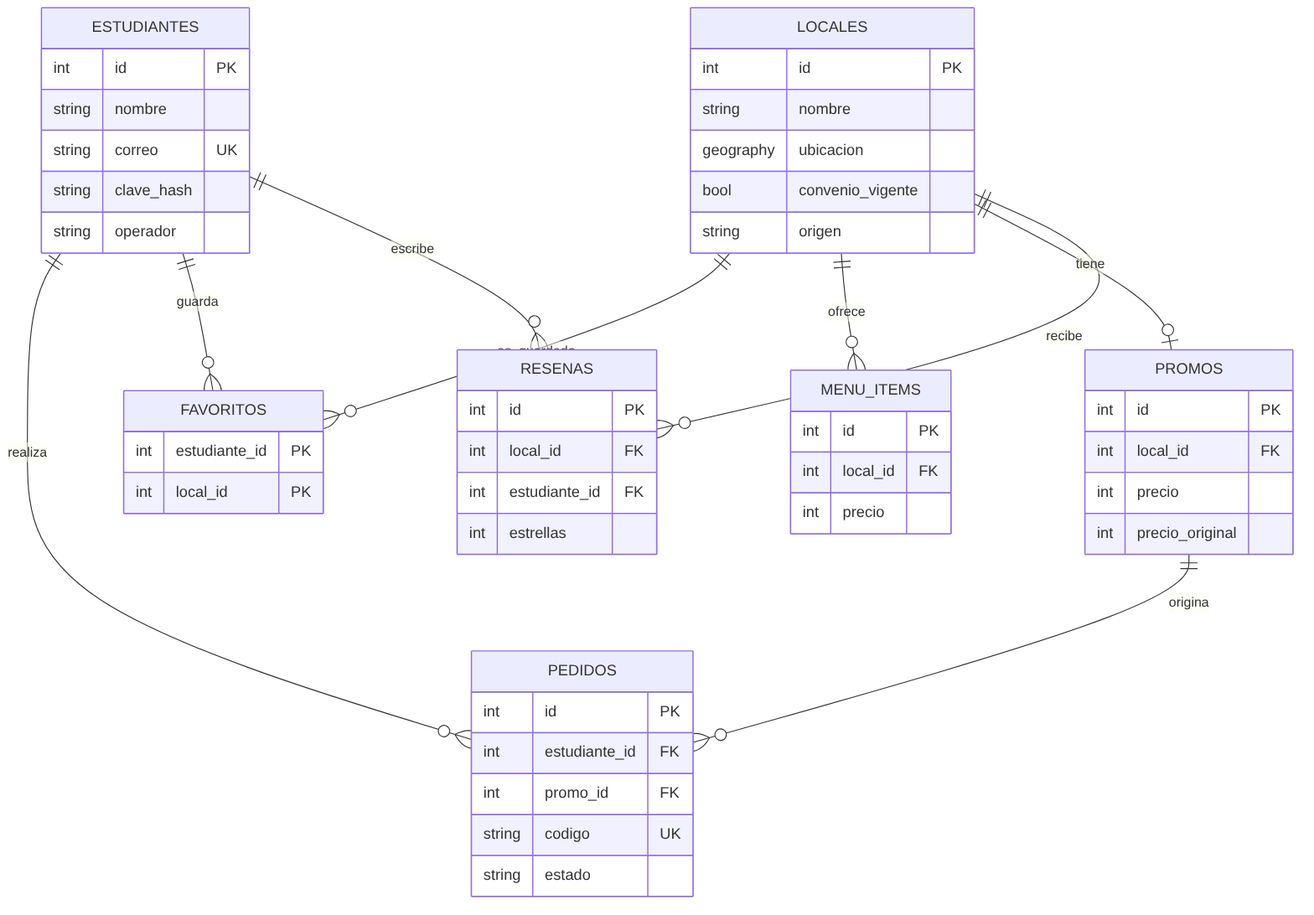
The Mermaid diagram docs/img/er.png in cristoballara2404/JunaMap, before a commit. Its source is kept beside it as docs/er.mmd. The source it was exported from:
```mermaid
erDiagram
  ESTUDIANTES ||--o{ PEDIDOS : realiza
  ESTUDIANTES ||--o{ FAVORITOS : guarda
  ESTUDIANTES ||--o{ RESENAS : escribe
  LOCALES ||--o{ FAVORITOS : es_guardado
  LOCALES ||--o{ MENU_ITEMS : ofrece
  LOCALES ||--o| PROMOS : tiene
  LOCALES ||--o{ RESENAS : recibe
  PROMOS ||--o{ PEDIDOS : origina
  LOCALES { int id PK
    string nombre
    geography ubicacion
    bool convenio_vigente
    string origen }
  PROMOS { int id PK
    int local_id FK
    int precio
    int precio_original }
  PEDIDOS { int id PK
    int estudiante_id FK
    int promo_id FK
    string codigo UK
    string estado }
  ESTUDIANTES { int id PK
    string nombre
    string correo UK
    string clave_hash
    string operador }
  RESENAS { int id PK
    int local_id FK
    int estudiante_id FK
    int estrellas }
  MENU_ITEMS { int id PK
    int local_id FK
    int precio }
  FAVORITOS { int estudiante_id PK
    int local_id PK }
```
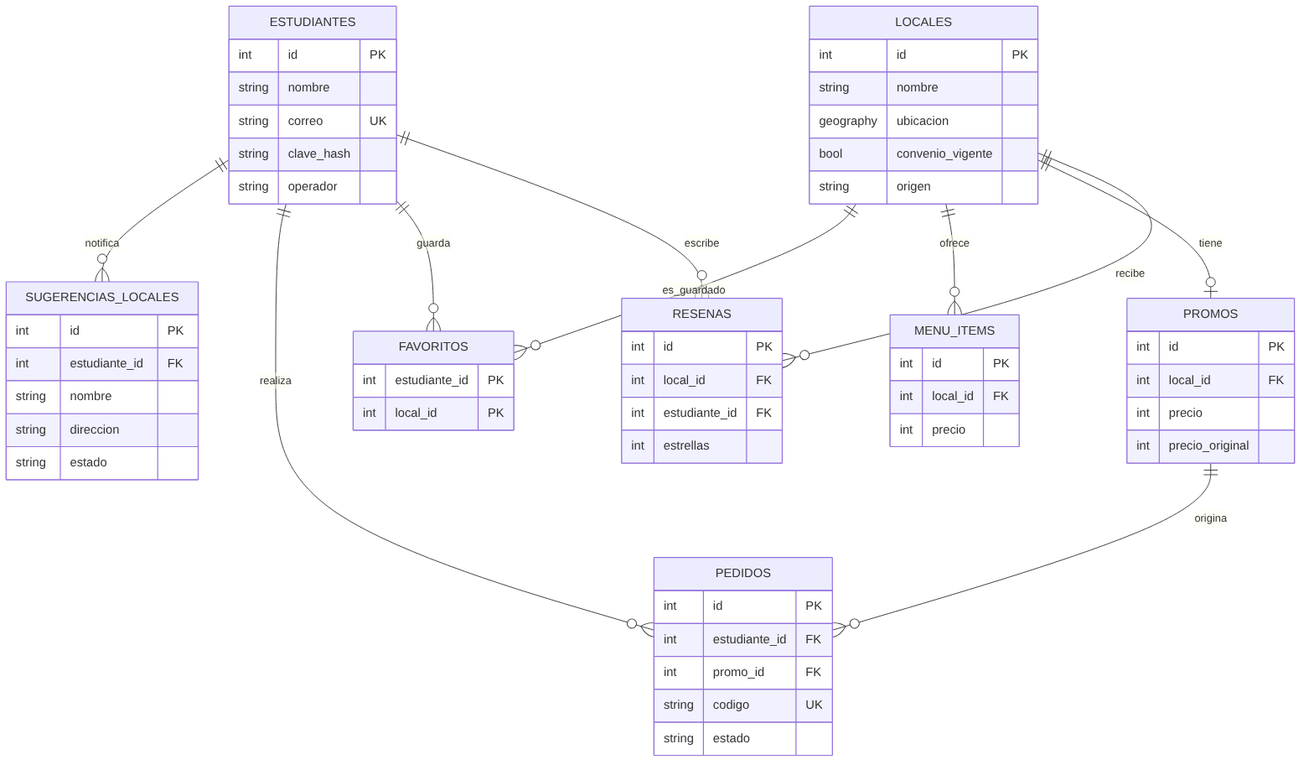
After the change.

Change to the diagram source:
```diff
@@ -1,4 +1,5 @@
 erDiagram
+  ESTUDIANTES ||--o{ SUGERENCIAS_LOCALES : notifica
   ESTUDIANTES ||--o{ PEDIDOS : realiza
   ESTUDIANTES ||--o{ FAVORITOS : guarda
   ESTUDIANTES ||--o{ RESENAS : escribe
@@ -35,3 +36,8 @@
     int precio }
   FAVORITOS { int estudiante_id PK
     int local_id PK }
+  SUGERENCIAS_LOCALES { int id PK
+    int estudiante_id FK
+    string nombre
+    string direccion
+    string estado }
```
